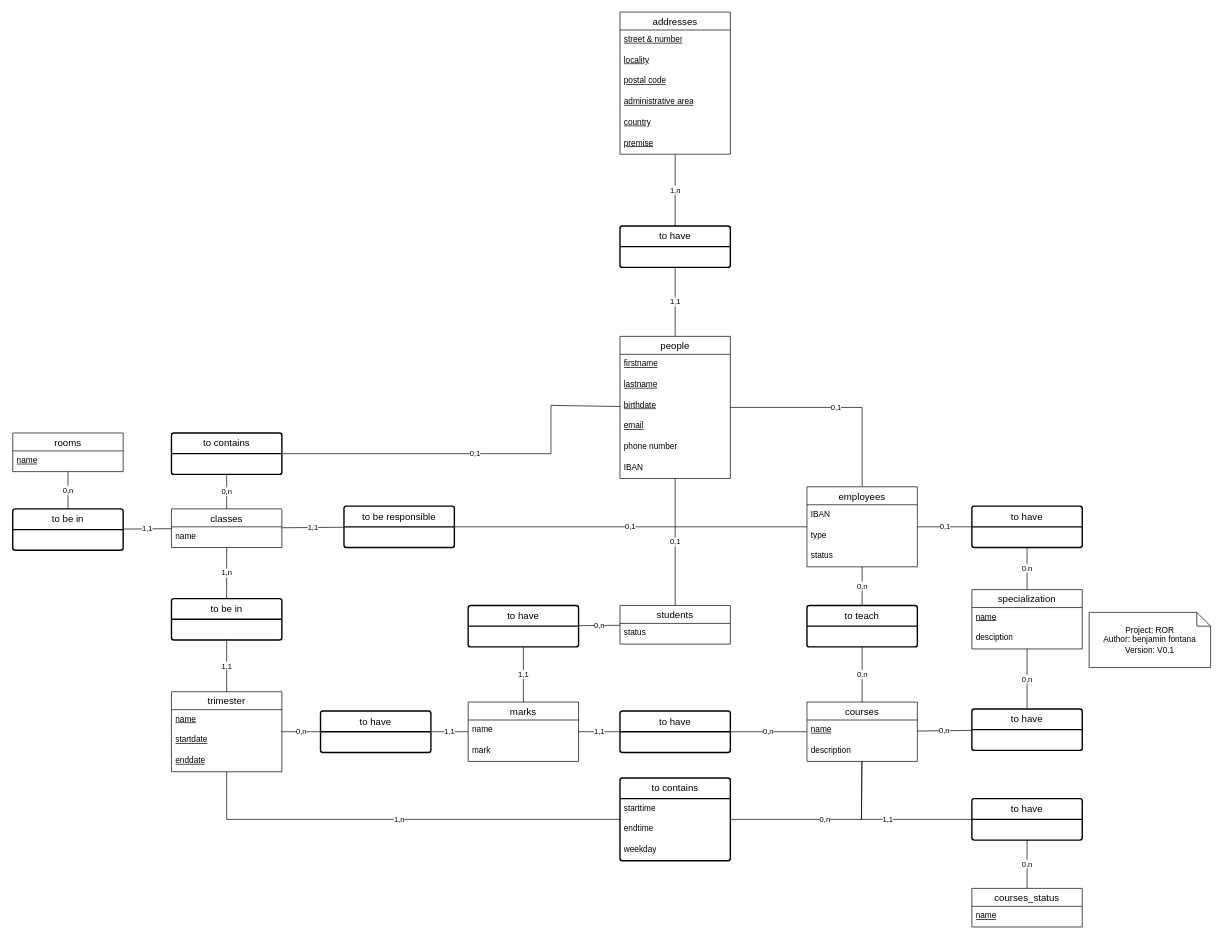
Earlier version of the draw.io diagram doc/MCD.drawio (R0kkxSynetique/ROR-School-management). Source tidied: cells renumbered, new cells numbered last; positions are measured from the earlier drawing's top-left corner, leaving out a move shared by most shapes. Both pictures are drawn from the tidied source at 69%, with x=0, y=0 at pixel (12, 12).
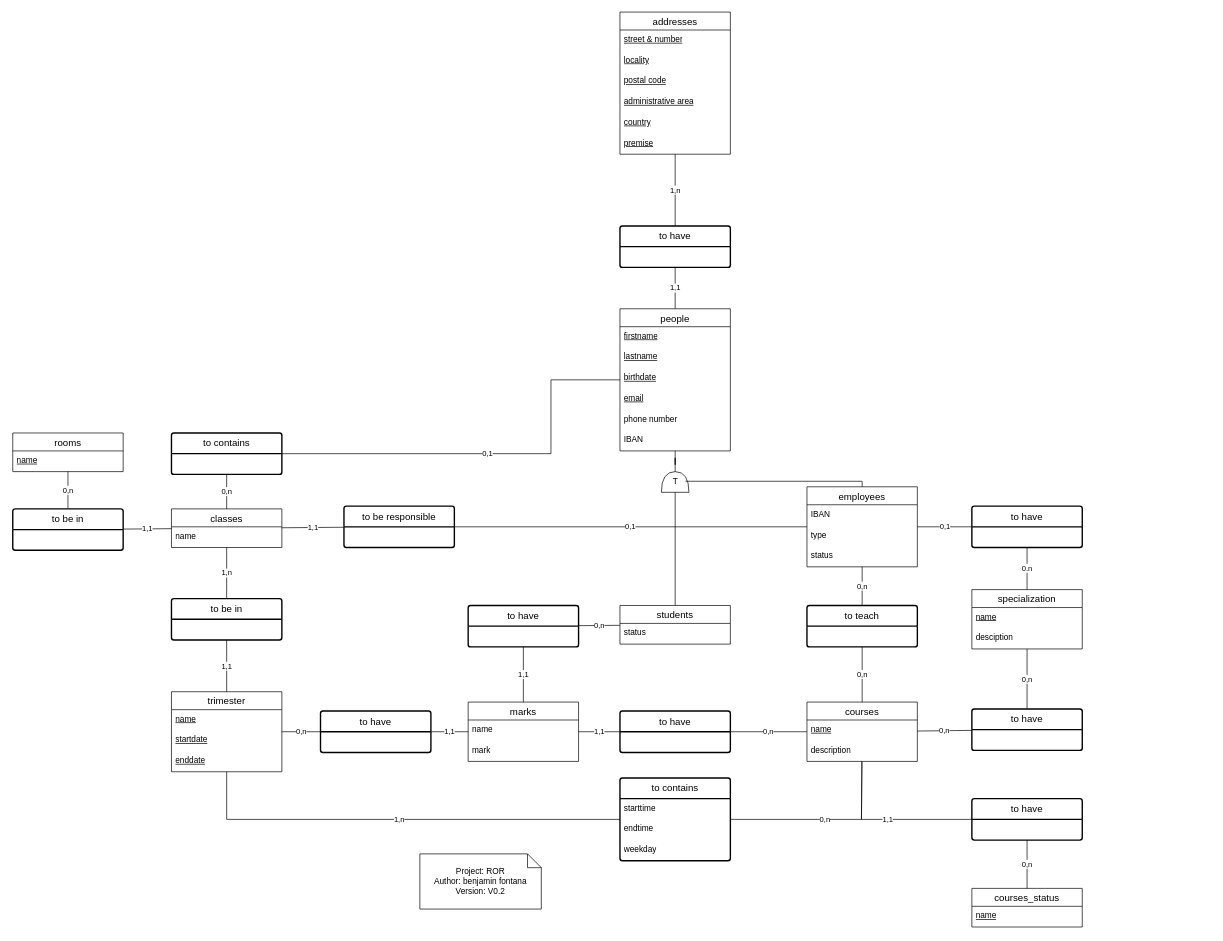
The same page after the edit.

Unchanged cells that the change refers to:
```xml
<mxCell id="22" value="to contains" style="swimlane;horizontal=1;startSize=30;rounded=1;fontSize=14;fontStyle=0;strokeWidth=2;shadow=0;dashed=0;align=center;arcSize=4;whiteSpace=wrap;html=1;" parent="1" vertex="1">
  <mxGeometry x="230" y="610" width="160" height="60" as="geometry" />
</mxCell>
<mxCell id="80" value="students" style="swimlane;fontStyle=0;horizontal=1;startSize=26;align=center;fontSize=14;" parent="1" vertex="1">
  <mxGeometry x="880" y="860" width="160" height="56" as="geometry" />
</mxCell>
<mxCell id="82" value="employees" style="swimlane;fontStyle=0;horizontal=1;startSize=26;align=center;fontSize=14;" parent="1" vertex="1">
  <mxGeometry x="1151" y="688" width="160" height="116" as="geometry" />
</mxCell>
```

Diff of the diagram source:
```diff
@@
     <mxCell id="21" value="0,1" style="endArrow=none;html=1;rounded=0;" parent="1" edge="1" source="65" target="22">
       <mxGeometry relative="1" as="geometry">
         <Array as="points">
-          <mxPoint x="780" y="570" />
+          <mxPoint x="780" y="533" />
           <mxPoint x="780" y="640" />
         </Array>
       </mxGeometry>
     </mxCell>
@@
-    <mxCell id="58" value="Project: ROR&lt;br&gt;Author: benjamin fontana&lt;br&gt;Version: V0.1" style="shape=note;size=20;whiteSpace=wrap;html=1;" parent="1" vertex="1">
-      <mxGeometry x="1560" y="870" width="176" height="80" as="geometry" />
+    <mxCell id="58" value="Project: ROR&lt;br&gt;Author: benjamin fontana&lt;br&gt;Version: V0.2" style="shape=note;size=20;whiteSpace=wrap;html=1;" parent="1" vertex="1">
+      <mxGeometry x="590" y="1220" width="176" height="80" as="geometry" />
     </mxCell>
@@
-    <mxCell id="63" value="0,1" style="edgeStyle=orthogonalEdgeStyle;rounded=0;jettySize=auto;html=1;endArrow=none;endFill=0;" parent="1" edge="1" source="65" target="82">
-      <mxGeometry relative="1" as="geometry" />
-    </mxCell>
-    <mxCell id="64" value="0,1" style="edgeStyle=orthogonalEdgeStyle;rounded=0;jettySize=auto;html=1;endArrow=none;endFill=0;" parent="1" edge="1" source="65" target="80">
-      <mxGeometry relative="1" as="geometry" />
-    </mxCell>
     <mxCell id="65" value="people" style="swimlane;fontStyle=0;horizontal=1;startSize=26;align=center;fontSize=14;" parent="1" vertex="1">
-      <mxGeometry x="880" y="470" width="160" height="206" as="geometry" />
+      <mxGeometry x="880" y="430" width="160" height="206" as="geometry" />
     </mxCell>
@@
+    <mxCell id="86" style="group;" parent="1" vertex="1">
+      <mxGeometry x="940" y="666" width="40" height="30" as="geometry" />
+    </mxCell>
+    <mxCell id="87" style="shape=or;whiteSpace=wrap;html=1;rotation=-90;" parent="86" vertex="1">
+      <mxGeometry x="5" y="-5" width="30" height="40" as="geometry" />
+    </mxCell>
+    <mxCell id="88" value="T" style="text;html=1;align=center;verticalAlign=middle;points=[];strokeColor=none;fillColor=none;" parent="86" vertex="1">
+      <mxGeometry x="5" width="30" height="30" as="geometry" />
+    </mxCell>
+    <mxCell id="89" style="edgeStyle=orthogonalEdgeStyle;rounded=0;jettySize=auto;html=1;endArrow=none;endFill=0;" parent="1" edge="1" source="88" target="65">
+      <mxGeometry relative="1" as="geometry" />
+    </mxCell>
+    <mxCell id="90" style="edgeStyle=orthogonalEdgeStyle;rounded=0;jettySize=auto;html=1;endArrow=none;endFill=0;" parent="1" edge="1" source="88" target="80">
+      <mxGeometry relative="1" as="geometry" />
+    </mxCell>
+    <mxCell id="91" style="edgeStyle=orthogonalEdgeStyle;rounded=0;jettySize=auto;html=1;endArrow=none;endFill=0;" parent="1" edge="1" source="88" target="82">
+      <mxGeometry relative="1" as="geometry">
+        <Array as="points">
+          <mxPoint x="1231" y="680" />
+        </Array>
+      </mxGeometry>
+    </mxCell>
```
